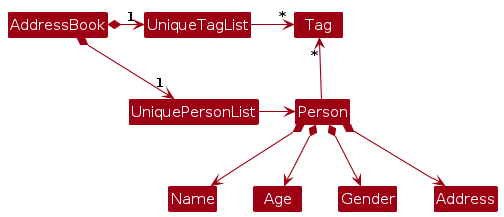
AY2324S1-CS2103T-F10-2/tp keeps this PlantUML diagram as diagrams/BetterModelClassDiagram.png. Above is the earlier version. Its source is kept beside it as diagrams/BetterModelClassDiagram.puml.
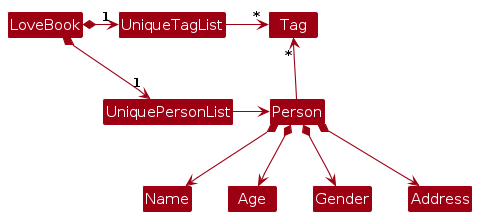
The same diagram one commit later.

What changed in the source:
```diff
@@ -4,8 +4,8 @@
 skinparam arrowColor MODEL_COLOR
 skinparam classBackgroundColor MODEL_COLOR
 
-AddressBook *-right-> "1" UniquePersonList
-AddressBook *-right-> "1" UniqueTagList
+LoveBook *-right-> "1" UniquePersonList
+LoveBook *-right-> "1" UniqueTagList
 UniqueTagList -[hidden]down- UniquePersonList
 UniqueTagList -[hidden]down- UniquePersonList
 
```
